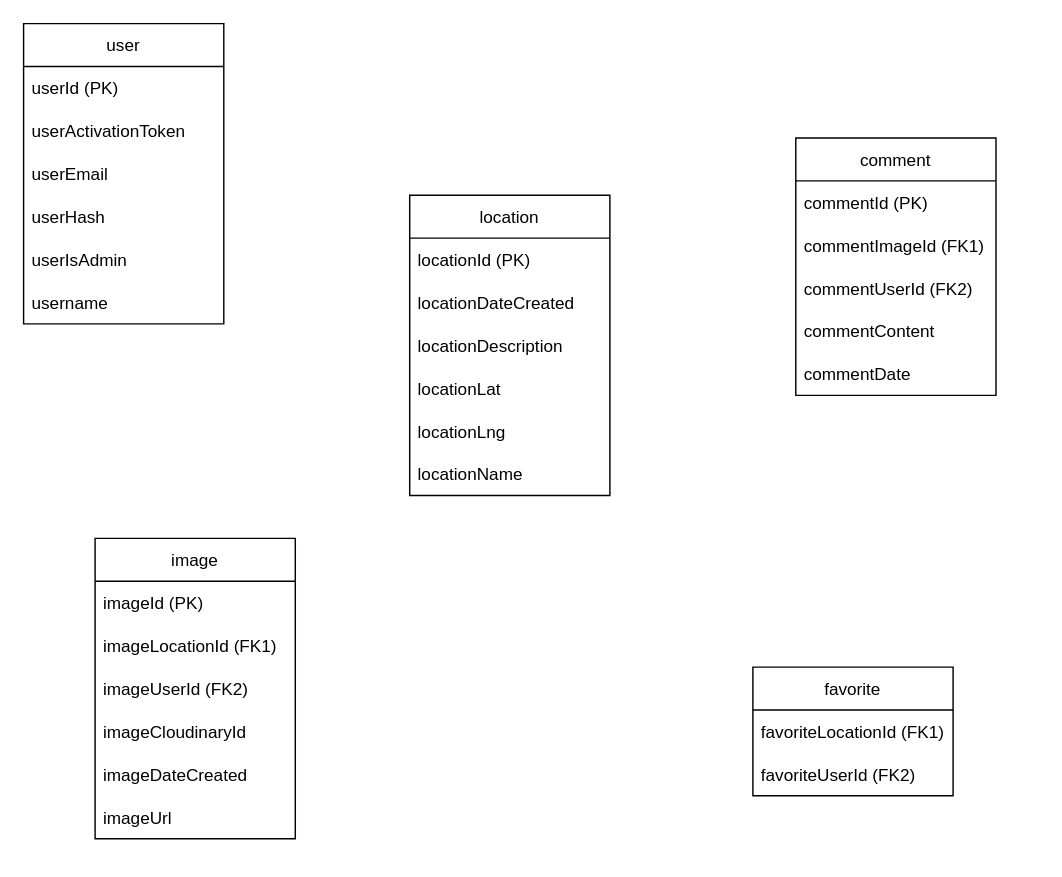
Least-Valuable-Painters/ABQ-Wildlife keeps this draw.io diagram as documentation/Wildlife_ERD.drawio. Above is the earlier version. Source tidied: cells renumbered, new cells numbered last; positions are measured from the earlier drawing's top-left corner, leaving out a move shared by most shapes. Both pictures are drawn from the tidied source at 143%, with x=0, y=0 at pixel (23, 23).
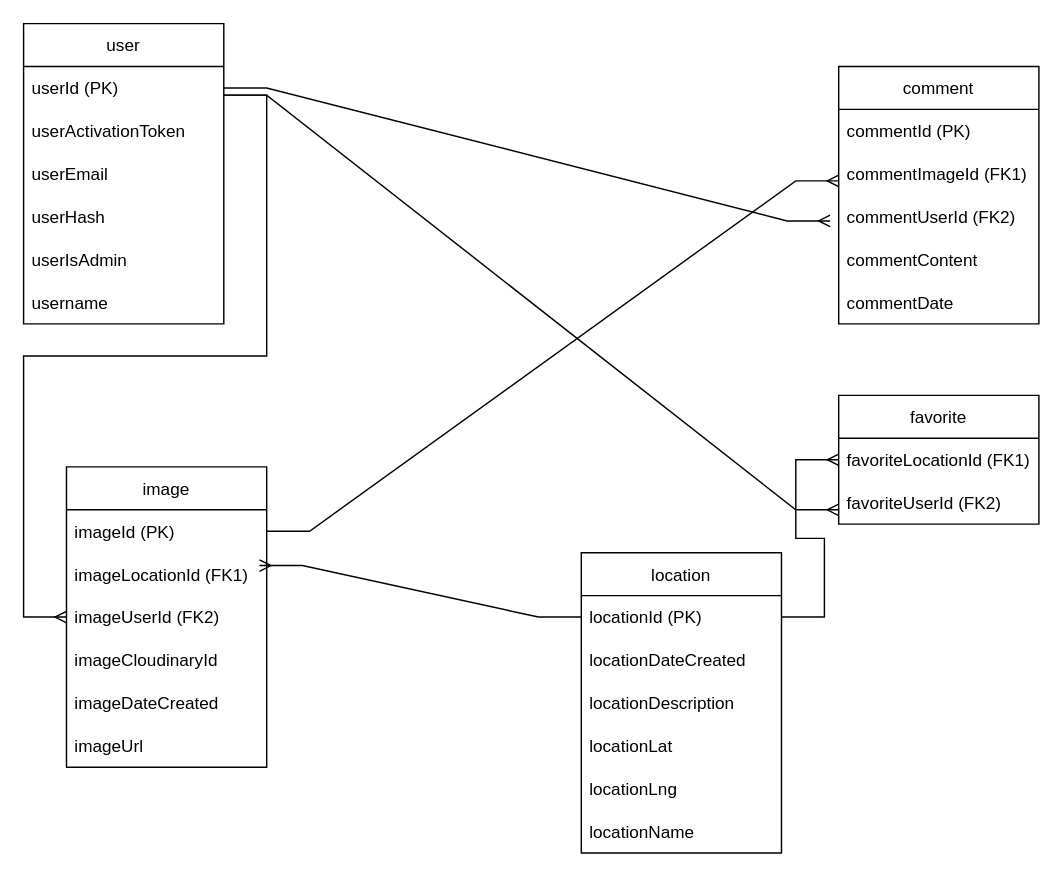
After the change.

The change refers to these unchanged cells:
```xml
<mxCell id="3" value="userId (PK)" style="text;strokeColor=none;fillColor=none;align=left;verticalAlign=middle;spacingLeft=4;spacingRight=4;overflow=hidden;points=[[0,0.5],[1,0.5]];portConstraint=eastwest;" parent="2" vertex="1">
  <mxGeometry y="30" width="140" height="30" as="geometry" />
</mxCell>
<mxCell id="11" value="commentImageId (FK1)" style="text;strokeColor=none;fillColor=none;align=left;verticalAlign=middle;spacingLeft=4;spacingRight=4;overflow=hidden;points=[[0,0.5],[1,0.5]];portConstraint=eastwest;" parent="9" vertex="1">
  <mxGeometry y="60" width="140" height="30" as="geometry" />
</mxCell>
<mxCell id="12" value="commentUserId (FK2)" style="text;strokeColor=none;fillColor=none;align=left;verticalAlign=middle;spacingLeft=4;spacingRight=4;overflow=hidden;points=[[0,0.5],[1,0.5]];portConstraint=eastwest;" parent="9" vertex="1">
  <mxGeometry y="90" width="140" height="30" as="geometry" />
</mxCell>
<mxCell id="16" value="locationId (PK)" style="text;strokeColor=none;fillColor=none;align=left;verticalAlign=middle;spacingLeft=4;spacingRight=4;overflow=hidden;points=[[0,0.5],[1,0.5]];portConstraint=eastwest;" parent="15" vertex="1">
  <mxGeometry y="30" width="140" height="30" as="geometry" />
</mxCell>
<mxCell id="23" value="imageId (PK)" style="text;strokeColor=none;fillColor=none;align=left;verticalAlign=middle;spacingLeft=4;spacingRight=4;overflow=hidden;points=[[0,0.5],[1,0.5]];portConstraint=eastwest;" parent="22" vertex="1">
  <mxGeometry y="30" width="140" height="30" as="geometry" />
</mxCell>
<mxCell id="24" value="imageLocationId (FK1)" style="text;strokeColor=none;fillColor=none;align=left;verticalAlign=middle;spacingLeft=4;spacingRight=4;overflow=hidden;points=[[0,0.5],[1,0.5]];portConstraint=eastwest;" parent="22" vertex="1">
  <mxGeometry y="60" width="140" height="30" as="geometry" />
</mxCell>
```

Change to the diagram source:
```diff
@@
     <mxCell id="9" value="comment" style="swimlane;fontStyle=0;horizontal=1;startSize=30;" parent="1" vertex="1">
-      <mxGeometry x="540" y="80" width="140" height="180" as="geometry" />
+      <mxGeometry x="570" y="30" width="140" height="180" as="geometry" />
     </mxCell>
@@
     <mxCell id="15" value="location" style="swimlane;fontStyle=0;horizontal=1;startSize=30;" parent="1" vertex="1">
-      <mxGeometry x="270" y="120" width="140" height="210" as="geometry" />
+      <mxGeometry x="390" y="370" width="140" height="210" as="geometry" />
     </mxCell>
@@
     <mxCell id="22" value="image" style="swimlane;fontStyle=0;horizontal=1;startSize=30;" parent="1" vertex="1">
-      <mxGeometry x="50" y="360" width="140" height="210" as="geometry" />
+      <mxGeometry x="30" y="310" width="140" height="210" as="geometry" />
     </mxCell>
@@
     <mxCell id="29" value="favorite" style="swimlane;fontStyle=0;horizontal=1;startSize=30;" parent="1" vertex="1">
-      <mxGeometry x="510" y="450" width="140" height="90" as="geometry" />
+      <mxGeometry x="570" y="260" width="140" height="90" as="geometry" />
     </mxCell>
@@
+    <mxCell id="32" style="edgeStyle=entityRelationEdgeStyle;fontSize=12;html=1;endArrow=ERmany;rounded=0;exitX=1;exitY=0.5;exitDx=0;exitDy=0;entryX=-0.043;entryY=0.6;entryDx=0;entryDy=0;entryPerimeter=0;" parent="1" edge="1" source="3" target="12">
+      <mxGeometry relative="1" as="geometry" />
+    </mxCell>
+    <mxCell id="33" style="edgeStyle=entityRelationEdgeStyle;fontSize=12;html=1;endArrow=ERmany;rounded=0;" parent="1" edge="1">
+      <mxGeometry relative="1" as="geometry">
+        <mxPoint x="140" y="50" as="sourcePoint" />
+        <mxPoint x="570" y="340" as="targetPoint" />
+      </mxGeometry>
+    </mxCell>
+    <mxCell id="34" style="edgeStyle=entityRelationEdgeStyle;fontSize=12;html=1;endArrow=ERmany;rounded=0;entryX=0;entryY=0.667;entryDx=0;entryDy=0;entryPerimeter=0;exitX=1;exitY=0.5;exitDx=0;exitDy=0;" parent="1" edge="1" source="23" target="11">
+      <mxGeometry relative="1" as="geometry" />
+    </mxCell>
+    <mxCell id="35" style="edgeStyle=entityRelationEdgeStyle;fontSize=12;html=1;endArrow=ERmany;rounded=0;exitX=1;exitY=0.5;exitDx=0;exitDy=0;" parent="1" edge="1" source="16">
+      <mxGeometry relative="1" as="geometry">
+        <mxPoint x="570" y="305" as="targetPoint" />
+      </mxGeometry>
+    </mxCell>
+    <mxCell id="36" style="edgeStyle=entityRelationEdgeStyle;fontSize=12;html=1;endArrow=ERmany;rounded=0;entryX=0.964;entryY=0.3;entryDx=0;entryDy=0;exitX=0;exitY=0.5;exitDx=0;exitDy=0;entryPerimeter=0;" parent="1" edge="1" source="16" target="24">
+      <mxGeometry relative="1" as="geometry" />
+    </mxCell>
+    <mxCell id="37" style="edgeStyle=entityRelationEdgeStyle;fontSize=12;html=1;endArrow=ERmany;rounded=0;" parent="1" edge="1">
+      <mxGeometry relative="1" as="geometry">
+        <mxPoint x="140" y="50" as="sourcePoint" />
+        <mxPoint x="30" y="415" as="targetPoint" />
+      </mxGeometry>
+    </mxCell>
```
